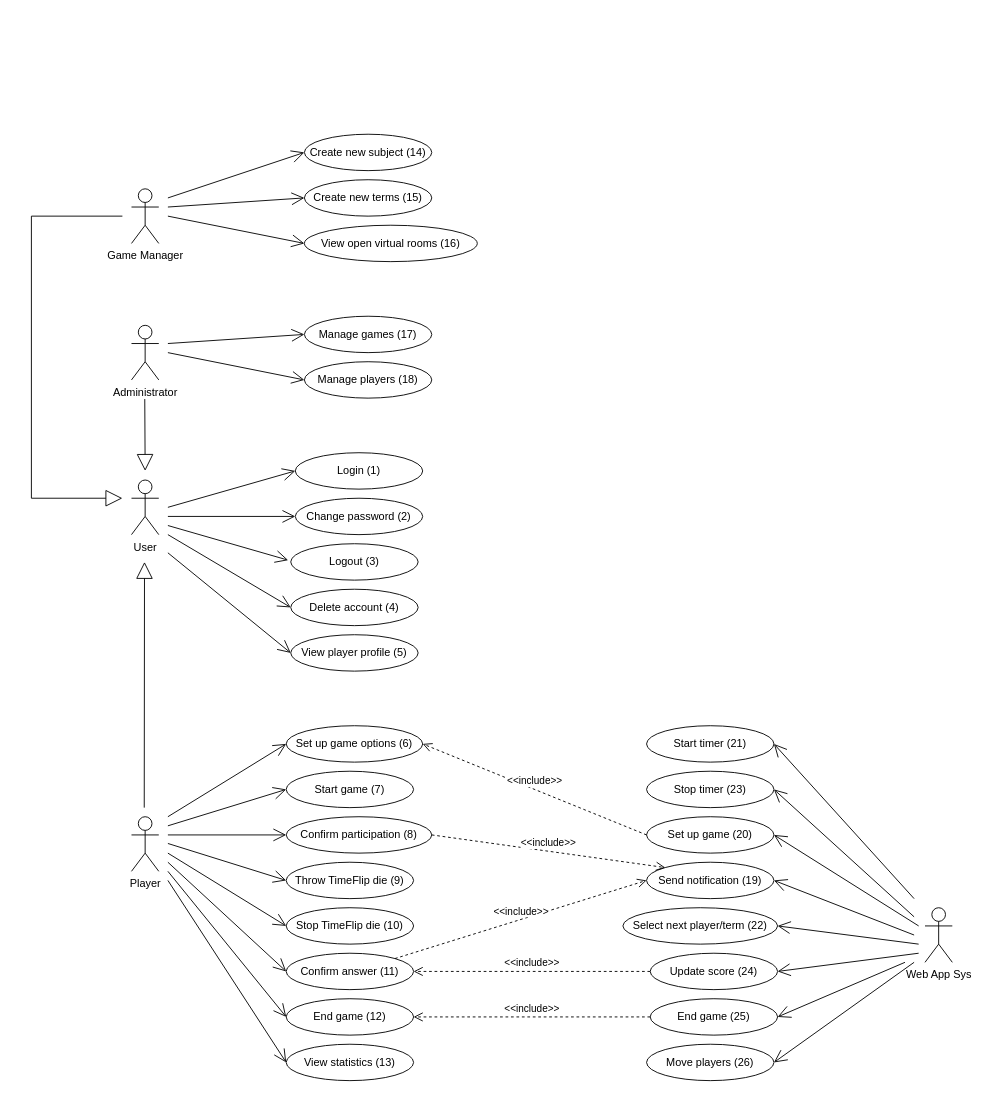
merasz/softwareEngineeringProject keeps this draw.io diagram as documents/softwarekonzept/Use Cases/Use_cases.drawio. Above is the earlier version. Source tidied: cells renumbered, new cells numbered last; positions are measured from the earlier drawing's top-left corner, leaving out a move shared by most shapes. Both pictures are drawn from the tidied source at 91%, with x=0, y=0 at pixel (31, 134).
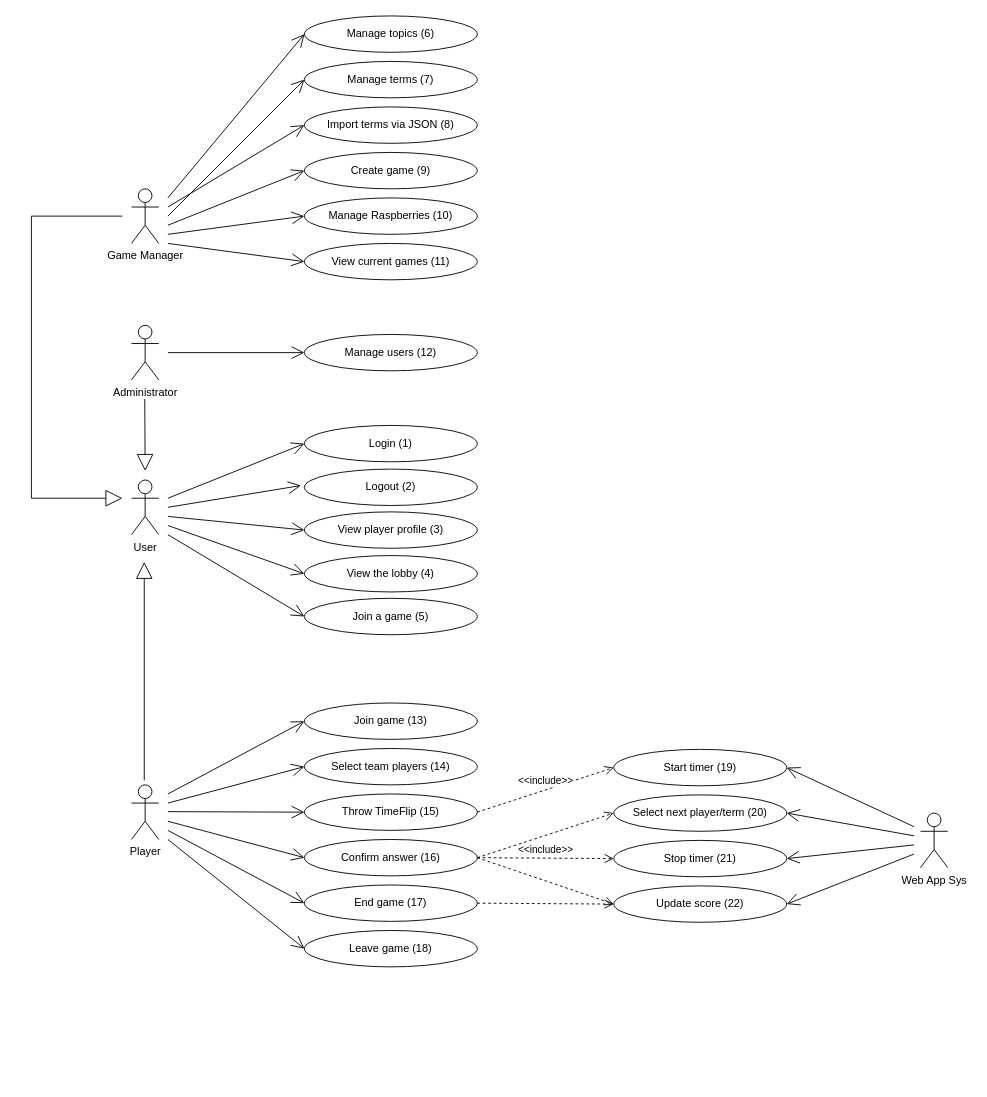
The same page after the edit.

Diff of the diagram source:
```diff
@@
     <mxCell id="4" value="Web App Sys" style="shape=umlActor;verticalLabelPosition=bottom;verticalAlign=top;html=1;" parent="1" vertex="1">
-      <mxGeometry x="982" y="850" width="30" height="60" as="geometry" />
+      <mxGeometry x="977" y="746" width="30" height="60" as="geometry" />
     </mxCell>
@@
-    <mxCell id="6" value="Manage games (17)" style="ellipse;whiteSpace=wrap;html=1;" parent="1" vertex="1">
-      <mxGeometry x="300" y="200" width="140" height="40" as="geometry" />
-    </mxCell>
-    <mxCell id="7" value="Manage players (18)" style="ellipse;whiteSpace=wrap;html=1;" parent="1" vertex="1">
-      <mxGeometry x="300" y="250" width="140" height="40" as="geometry" />
+    <mxCell id="7" value="Manage users (12)" style="ellipse;whiteSpace=wrap;html=1;" parent="1" vertex="1">
+      <mxGeometry x="300" y="220" width="190" height="40" as="geometry" />
     </mxCell>
-    <mxCell id="8" value="End game (12)" style="ellipse;whiteSpace=wrap;html=1;" parent="1" vertex="1">
-      <mxGeometry x="280" y="950" width="140" height="40" as="geometry" />
+    <mxCell id="8" value="End game (17)" style="ellipse;whiteSpace=wrap;html=1;" parent="1" vertex="1">
+      <mxGeometry x="300" y="825" width="190" height="40" as="geometry" />
     </mxCell>
-    <mxCell id="9" value="Create new terms (15)" style="ellipse;whiteSpace=wrap;html=1;" parent="1" vertex="1">
-      <mxGeometry x="300" y="50" width="140" height="40" as="geometry" />
+    <mxCell id="9" value="Manage terms (7)" style="ellipse;whiteSpace=wrap;html=1;" parent="1" vertex="1">
+      <mxGeometry x="300" y="-80" width="190" height="40" as="geometry" />
     </mxCell>
-    <mxCell id="10" value="View open virtual rooms (16)" style="ellipse;whiteSpace=wrap;html=1;" parent="1" vertex="1">
-      <mxGeometry x="300" y="100" width="190" height="40" as="geometry" />
+    <mxCell id="10" value="Create game (9)" style="ellipse;whiteSpace=wrap;html=1;" parent="1" vertex="1">
+      <mxGeometry x="300" y="20" width="190" height="40" as="geometry" />
     </mxCell>
-    <mxCell id="11" value="Start game (7)" style="ellipse;whiteSpace=wrap;html=1;" parent="1" vertex="1">
-      <mxGeometry x="280" y="700" width="140" height="40" as="geometry" />
-    </mxCell>
-    <mxCell id="12" value="Confirm participation (8)" style="ellipse;whiteSpace=wrap;html=1;" parent="1" vertex="1">
-      <mxGeometry x="280" y="750" width="160" height="40" as="geometry" />
+    <mxCell id="12" value="Select team players (14)" style="ellipse;whiteSpace=wrap;html=1;" parent="1" vertex="1">
+      <mxGeometry x="300" y="675" width="190" height="40" as="geometry" />
     </mxCell>
-    <mxCell id="13" value="Select next player/term (22)" style="ellipse;whiteSpace=wrap;html=1;" parent="1" vertex="1">
-      <mxGeometry x="650" y="850" width="170" height="40" as="geometry" />
+    <mxCell id="13" value="Select next player/term (20)" style="ellipse;whiteSpace=wrap;html=1;flipV=1;" parent="1" vertex="1">
+      <mxGeometry x="640" y="726" width="190" height="40" as="geometry" />
     </mxCell>
     <mxCell id="14" value="Login (1)" style="ellipse;whiteSpace=wrap;html=1;" parent="1" vertex="1">
-      <mxGeometry x="290" y="350" width="140" height="40" as="geometry" />
+      <mxGeometry x="300" y="320" width="190" height="40" as="geometry" />
     </mxCell>
-    <mxCell id="15" value="Logout (3)" style="ellipse;whiteSpace=wrap;html=1;" parent="1" vertex="1">
-      <mxGeometry x="285" y="450" width="140" height="40" as="geometry" />
+    <mxCell id="15" value="Logout (2)" style="ellipse;whiteSpace=wrap;html=1;" parent="1" vertex="1">
+      <mxGeometry x="300" y="368" width="190" height="40" as="geometry" />
     </mxCell>
-    <mxCell id="16" value="Stop TimeFlip die (10)" style="ellipse;whiteSpace=wrap;html=1;" parent="1" vertex="1">
-      <mxGeometry x="280" y="850" width="140" height="40" as="geometry" />
-    </mxCell>
-    <mxCell id="17" value="Update score (24)" style="ellipse;whiteSpace=wrap;html=1;" parent="1" vertex="1">
-      <mxGeometry x="680" y="900" width="140" height="40" as="geometry" />
+    <mxCell id="17" value="Update score (22)" style="ellipse;whiteSpace=wrap;html=1;flipV=1;" parent="1" vertex="1">
+      <mxGeometry x="640" y="826" width="190" height="40" as="geometry" />
     </mxCell>
-    <mxCell id="18" value="Change password (2)" style="ellipse;whiteSpace=wrap;html=1;" parent="1" vertex="1">
-      <mxGeometry x="290" y="400" width="140" height="40" as="geometry" />
-    </mxCell>
-    <mxCell id="19" value="View player profile (5)" style="ellipse;whiteSpace=wrap;html=1;" parent="1" vertex="1">
-      <mxGeometry x="285" y="550" width="140" height="40" as="geometry" />
+    <mxCell id="19" value="View player profile (3)" style="ellipse;whiteSpace=wrap;html=1;" parent="1" vertex="1">
+      <mxGeometry x="300" y="415" width="190" height="40" as="geometry" />
     </mxCell>
-    <mxCell id="20" value="Set up game options (6)" style="ellipse;whiteSpace=wrap;html=1;" parent="1" vertex="1">
-      <mxGeometry x="280" y="650" width="150" height="40" as="geometry" />
-    </mxCell>
-    <mxCell id="21" value="Throw TimeFlip die (9)" style="ellipse;whiteSpace=wrap;html=1;" parent="1" vertex="1">
-      <mxGeometry x="280" y="800" width="140" height="40" as="geometry" />
+    <mxCell id="21" value="Throw TimeFlip (15)" style="ellipse;whiteSpace=wrap;html=1;" parent="1" vertex="1">
+      <mxGeometry x="300" y="725" width="190" height="40" as="geometry" />
     </mxCell>
-    <mxCell id="22" value="Delete account (4)" style="ellipse;whiteSpace=wrap;html=1;" parent="1" vertex="1">
-      <mxGeometry x="285" y="500" width="140" height="40" as="geometry" />
-    </mxCell>
-    <mxCell id="23" value="Set up game (20)" style="ellipse;whiteSpace=wrap;html=1;" parent="1" vertex="1">
-      <mxGeometry x="676" y="750" width="140" height="40" as="geometry" />
-    </mxCell>
     <mxCell id="24" style="endArrow=block;endSize=16;endFill=0;html=1;" parent="1" edge="1">
       <mxGeometry relative="1" as="geometry">
-        <mxPoint x="124" y="740" as="sourcePoint" />
-        <mxPoint x="124.3" y="470" as="targetPoint" />
+        <mxPoint x="124" y="710" as="sourcePoint" />
+        <mxPoint x="124" y="470" as="targetPoint" />
       </mxGeometry>
     </mxCell>
@@
-    <mxCell id="26" style="endArrow=open;endFill=1;endSize=12;html=1;entryX=0;entryY=0.5;entryDx=0;entryDy=0;" parent="1" edge="1" target="6">
+    <mxCell id="26" style="endArrow=open;endFill=1;endSize=12;html=1;entryX=0;entryY=0.5;entryDx=0;entryDy=0;" parent="1" edge="1" target="70">
       <mxGeometry relative="1" as="geometry">
-        <mxPoint x="150" y="230" as="sourcePoint" />
+        <mxPoint x="150" y="110" as="sourcePoint" />
       </mxGeometry>
     </mxCell>
-    <mxCell id="27" value="&amp;lt;&amp;lt;include&amp;gt;&amp;gt;" style="html=1;verticalAlign=bottom;endArrow=open;dashed=1;endSize=8;entryX=1;entryY=0.5;entryDx=0;entryDy=0;exitX=0;exitY=0.5;exitDx=0;exitDy=0;" parent="1" edge="1" source="17" target="39">
+    <mxCell id="27" value="&amp;lt;&amp;lt;include&amp;gt;&amp;gt;" style="html=1;verticalAlign=bottom;endArrow=open;dashed=1;endSize=8;exitX=1;exitY=0.5;exitDx=0;exitDy=0;entryX=0;entryY=0.5;entryDx=0;entryDy=0;" parent="1" edge="1" source="39" target="63">
       <mxGeometry relative="1" as="geometry" />
     </mxCell>
@@
     <mxCell id="29" style="endArrow=open;endFill=1;endSize=12;html=1;entryX=0;entryY=0.5;entryDx=0;entryDy=0;" parent="1" edge="1" target="14">
       <mxGeometry relative="1" as="geometry">
-        <mxPoint x="150" y="410" as="sourcePoint" />
+        <mxPoint x="150" y="400" as="sourcePoint" />
       </mxGeometry>
     </mxCell>
-    <mxCell id="30" style="endArrow=open;endFill=1;endSize=12;html=1;entryX=0;entryY=0.5;entryDx=0;entryDy=0;" parent="1" edge="1" target="18">
-      <mxGeometry relative="1" as="geometry">
-        <mxPoint x="150" y="420" as="sourcePoint" />
-      </mxGeometry>
-    </mxCell>
     <mxCell id="31" style="endArrow=open;endFill=1;endSize=12;html=1;entryX=-0.02;entryY=0.452;entryDx=0;entryDy=0;entryPerimeter=0;" parent="1" edge="1" target="15">
       <mxGeometry relative="1" as="geometry">
-        <mxPoint x="150" y="430" as="sourcePoint" />
+        <mxPoint x="150" y="410" as="sourcePoint" />
       </mxGeometry>
     </mxCell>
-    <mxCell id="32" style="endArrow=open;endFill=1;endSize=12;html=1;entryX=0;entryY=0.5;entryDx=0;entryDy=0;" parent="1" edge="1" target="22">
+    <mxCell id="32" style="endArrow=open;endFill=1;endSize=12;html=1;entryX=0;entryY=0.5;entryDx=0;entryDy=0;" parent="1" edge="1" target="19">
       <mxGeometry relative="1" as="geometry">
-        <mxPoint x="150" y="440" as="sourcePoint" />
+        <mxPoint x="150" y="420" as="sourcePoint" />
       </mxGeometry>
     </mxCell>
     <mxCell id="33" value="Player" style="shape=umlActor;verticalLabelPosition=bottom;verticalAlign=top;html=1;" parent="1" vertex="1">
-      <mxGeometry x="110" y="750" width="30" height="60" as="geometry" />
+      <mxGeometry x="110" y="715" width="30" height="60" as="geometry" />
     </mxCell>
     <mxCell id="34" style="endArrow=open;endFill=1;endSize=12;html=1;entryX=0;entryY=0.5;entryDx=0;entryDy=0;" parent="1" edge="1" target="9">
       <mxGeometry relative="1" as="geometry">
-        <mxPoint x="150" y="80" as="sourcePoint" />
+        <mxPoint x="150" y="90" as="sourcePoint" />
       </mxGeometry>
     </mxCell>
     <mxCell id="35" style="endArrow=open;endFill=1;endSize=12;html=1;entryX=0;entryY=0.5;entryDx=0;entryDy=0;" parent="1" edge="1" target="10">
       <mxGeometry relative="1" as="geometry">
-        <mxPoint x="150" y="90" as="sourcePoint" />
+        <mxPoint x="150" y="100" as="sourcePoint" />
       </mxGeometry>
     </mxCell>
@@
-    <mxCell id="39" value="Confirm answer (11)" style="ellipse;whiteSpace=wrap;html=1;" parent="1" vertex="1">
-      <mxGeometry x="280" y="900" width="140" height="40" as="geometry" />
+    <mxCell id="39" value="Confirm answer (16)" style="ellipse;whiteSpace=wrap;html=1;" parent="1" vertex="1">
+      <mxGeometry x="300" y="775" width="190" height="40" as="geometry" />
     </mxCell>
     <mxCell id="40" style="endArrow=open;endFill=1;endSize=12;html=1;entryX=0;entryY=0.5;entryDx=0;entryDy=0;" parent="1" edge="1" target="12">
       <mxGeometry relative="1" as="geometry">
-        <mxPoint x="150" y="770" as="sourcePoint" />
+        <mxPoint x="150" y="735" as="sourcePoint" />
       </mxGeometry>
     </mxCell>
     <mxCell id="41" style="endArrow=open;endFill=1;endSize=12;html=1;entryX=0;entryY=0.5;entryDx=0;entryDy=0;" parent="1" edge="1" target="21">
       <mxGeometry relative="1" as="geometry">
-        <mxPoint x="150" y="779.4" as="sourcePoint" />
+        <mxPoint x="150" y="744.4" as="sourcePoint" />
       </mxGeometry>
     </mxCell>
-    <mxCell id="42" style="endArrow=open;endFill=1;endSize=12;html=1;entryX=0;entryY=0.5;entryDx=0;entryDy=0;" parent="1" edge="1" target="16">
-      <mxGeometry relative="1" as="geometry">
-        <mxPoint x="150" y="790" as="sourcePoint" />
-      </mxGeometry>
-    </mxCell>
     <mxCell id="43" style="endArrow=open;endFill=1;endSize=12;html=1;entryX=0;entryY=0.5;entryDx=0;entryDy=0;" parent="1" edge="1" target="39">
       <mxGeometry relative="1" as="geometry">
-        <mxPoint x="150" y="800" as="sourcePoint" />
+        <mxPoint x="150" y="755" as="sourcePoint" />
       </mxGeometry>
     </mxCell>
     <mxCell id="44" style="endArrow=open;endFill=1;endSize=12;html=1;entryX=0;entryY=0.5;entryDx=0;entryDy=0;" parent="1" edge="1" target="8">
       <mxGeometry relative="1" as="geometry">
-        <mxPoint x="150" y="810" as="sourcePoint" />
+        <mxPoint x="150" y="765" as="sourcePoint" />
       </mxGeometry>
     </mxCell>
-    <mxCell id="45" style="endArrow=open;endFill=1;endSize=12;html=1;entryX=0;entryY=0.5;entryDx=0;entryDy=0;" parent="1" edge="1" target="11">
+    <mxCell id="45" style="endArrow=open;endFill=1;endSize=12;html=1;entryX=0;entryY=0.5;entryDx=0;entryDy=0;" parent="1" edge="1" target="77">
       <mxGeometry relative="1" as="geometry">
-        <mxPoint x="150" y="760" as="sourcePoint" />
+        <mxPoint x="150" y="725" as="sourcePoint" />
       </mxGeometry>
     </mxCell>
-    <mxCell id="46" style="endArrow=open;endFill=1;endSize=12;html=1;entryX=0;entryY=0.5;entryDx=0;entryDy=0;" parent="1" edge="1" target="20">
-      <mxGeometry relative="1" as="geometry">
-        <mxPoint x="150" y="750" as="sourcePoint" />
-      </mxGeometry>
-    </mxCell>
-    <mxCell id="47" style="endArrow=open;endFill=1;endSize=12;html=1;entryX=0;entryY=0.5;entryDx=0;entryDy=0;" parent="1" edge="1" target="19">
+    <mxCell id="47" style="endArrow=open;endFill=1;endSize=12;html=1;entryX=0;entryY=0.5;entryDx=0;entryDy=0;" parent="1" edge="1" target="74">
       <mxGeometry relative="1" as="geometry">
-        <mxPoint x="150" y="460" as="sourcePoint" />
+        <mxPoint x="150" y="440" as="sourcePoint" />
       </mxGeometry>
     </mxCell>
-    <mxCell id="48" style="endArrow=open;endFill=1;endSize=12;html=1;entryX=1;entryY=0.5;entryDx=0;entryDy=0;" parent="1" edge="1" target="23">
-      <mxGeometry relative="1" as="geometry">
-        <mxPoint x="975" y="870" as="sourcePoint" />
-      </mxGeometry>
-    </mxCell>
     <mxCell id="49" style="endArrow=open;endFill=1;endSize=12;html=1;entryX=1;entryY=0.5;entryDx=0;entryDy=0;" parent="1" edge="1" target="13">
       <mxGeometry relative="1" as="geometry">
-        <mxPoint x="975" y="890" as="sourcePoint" />
+        <mxPoint x="970" y="771" as="sourcePoint" />
       </mxGeometry>
     </mxCell>
     <mxCell id="50" style="endArrow=open;endFill=1;endSize=12;html=1;entryX=1;entryY=0.5;entryDx=0;entryDy=0;" parent="1" edge="1" target="17">
       <mxGeometry relative="1" as="geometry">
-        <mxPoint x="975" y="900" as="sourcePoint" />
+        <mxPoint x="970" y="791" as="sourcePoint" />
       </mxGeometry>
     </mxCell>
-    <mxCell id="51" value="Send notification (19)" style="ellipse;whiteSpace=wrap;html=1;" parent="1" vertex="1">
-      <mxGeometry x="676" y="800" width="140" height="40" as="geometry" />
-    </mxCell>
-    <mxCell id="52" style="endArrow=open;endFill=1;endSize=12;html=1;entryX=1;entryY=0.5;entryDx=0;entryDy=0;" parent="1" edge="1" target="51">
-      <mxGeometry relative="1" as="geometry">
-        <mxPoint x="970" y="880" as="sourcePoint" />
-      </mxGeometry>
-    </mxCell>
-    <mxCell id="53" value="&amp;lt;&amp;lt;include&amp;gt;&amp;gt;" style="html=1;verticalAlign=bottom;endArrow=open;dashed=1;endSize=8;exitX=1;exitY=0;exitDx=0;exitDy=0;entryX=0;entryY=0.5;entryDx=0;entryDy=0;" parent="1" edge="1" source="39" target="51">
+    <mxCell id="53" value="&amp;lt;&amp;lt;include&amp;gt;&amp;gt;" style="html=1;verticalAlign=bottom;endArrow=open;dashed=1;endSize=8;exitX=1;exitY=0.5;exitDx=0;exitDy=0;entryX=0;entryY=0.5;entryDx=0;entryDy=0;" parent="1" edge="1" source="21" target="62">
       <mxGeometry relative="1" as="geometry" />
     </mxCell>
-    <mxCell id="54" value="&amp;lt;&amp;lt;include&amp;gt;&amp;gt;" style="html=1;verticalAlign=bottom;endArrow=open;dashed=1;endSize=8;exitX=1;exitY=0.5;exitDx=0;exitDy=0;entryX=0;entryY=0;entryDx=0;entryDy=0;" parent="1" edge="1" source="12" target="51">
-      <mxGeometry relative="1" as="geometry" />
+    <mxCell id="54" style="html=1;verticalAlign=bottom;endArrow=open;dashed=1;endSize=8;entryX=0;entryY=0.5;entryDx=0;entryDy=0;" parent="1" edge="1" target="17">
+      <mxGeometry relative="1" as="geometry">
+        <mxPoint x="490" y="845" as="sourcePoint" />
+      </mxGeometry>
     </mxCell>
-    <mxCell id="55" value="&amp;lt;&amp;lt;include&amp;gt;&amp;gt;" style="html=1;verticalAlign=bottom;endArrow=open;dashed=1;endSize=8;entryX=1;entryY=0.5;entryDx=0;entryDy=0;exitX=0;exitY=0.5;exitDx=0;exitDy=0;" parent="1" edge="1" source="23" target="20">
-      <mxGeometry relative="1" as="geometry" />
-    </mxCell>
-    <mxCell id="56" value="Move players (26)" style="ellipse;whiteSpace=wrap;html=1;" parent="1" vertex="1">
-      <mxGeometry x="676" y="1000" width="140" height="40" as="geometry" />
-    </mxCell>
-    <mxCell id="57" style="endArrow=open;endFill=1;endSize=12;html=1;entryX=1;entryY=0.5;entryDx=0;entryDy=0;" parent="1" edge="1" target="56">
-      <mxGeometry relative="1" as="geometry">
-        <mxPoint x="970" y="910" as="sourcePoint" />
-      </mxGeometry>
-    </mxCell>
-    <mxCell id="58" value="View statistics (13)" style="ellipse;whiteSpace=wrap;html=1;" parent="1" vertex="1">
-      <mxGeometry x="280" y="1000" width="140" height="40" as="geometry" />
+    <mxCell id="58" value="Leave game (18)" style="ellipse;whiteSpace=wrap;html=1;" parent="1" vertex="1">
+      <mxGeometry x="300" y="875" width="190" height="40" as="geometry" />
     </mxCell>
     <mxCell id="59" style="endArrow=open;endFill=1;endSize=12;html=1;entryX=0;entryY=0.5;entryDx=0;entryDy=0;" parent="1" edge="1" target="58">
       <mxGeometry relative="1" as="geometry">
-        <mxPoint x="150" y="820" as="sourcePoint" />
+        <mxPoint x="150" y="775" as="sourcePoint" />
       </mxGeometry>
     </mxCell>
-    <mxCell id="60" value="Create new subject (14)" style="ellipse;whiteSpace=wrap;html=1;" parent="1" vertex="1">
-      <mxGeometry x="300" width="140" height="40" as="geometry" />
+    <mxCell id="60" value="Manage topics (6)" style="ellipse;whiteSpace=wrap;html=1;" parent="1" vertex="1">
+      <mxGeometry x="300" y="-130" width="190" height="40" as="geometry" />
     </mxCell>
@@
-    <mxCell id="62" value="Start timer (21)" style="ellipse;whiteSpace=wrap;html=1;" parent="1" vertex="1">
-      <mxGeometry x="676" y="650" width="140" height="40" as="geometry" />
+    <mxCell id="62" value="Start timer (19)" style="ellipse;whiteSpace=wrap;html=1;flipV=1;" parent="1" vertex="1">
+      <mxGeometry x="640" y="676" width="190" height="40" as="geometry" />
     </mxCell>
-    <mxCell id="63" value="Stop timer (23)" style="ellipse;whiteSpace=wrap;html=1;" parent="1" vertex="1">
-      <mxGeometry x="676" y="700" width="140" height="40" as="geometry" />
+    <mxCell id="63" value="Stop timer (21)" style="ellipse;whiteSpace=wrap;html=1;flipV=1;" parent="1" vertex="1">
+      <mxGeometry x="640" y="776" width="190" height="40" as="geometry" />
     </mxCell>
-    <mxCell id="64" value="End game (25)" style="ellipse;whiteSpace=wrap;html=1;" parent="1" vertex="1">
-      <mxGeometry x="680" y="950" width="140" height="40" as="geometry" />
-    </mxCell>
-    <mxCell id="65" style="endArrow=open;endFill=1;endSize=12;html=1;entryX=1;entryY=0.5;entryDx=0;entryDy=0;" parent="1" edge="1" target="64">
-      <mxGeometry relative="1" as="geometry">
-        <mxPoint x="960" y="910" as="sourcePoint" />
-      </mxGeometry>
-    </mxCell>
     <mxCell id="66" style="endArrow=open;endFill=1;endSize=12;html=1;entryX=1;entryY=0.5;entryDx=0;entryDy=0;" parent="1" edge="1" target="63">
       <mxGeometry relative="1" as="geometry">
-        <mxPoint x="970" y="860" as="sourcePoint" />
+        <mxPoint x="970" y="781" as="sourcePoint" />
       </mxGeometry>
     </mxCell>
     <mxCell id="67" style="endArrow=open;endFill=1;endSize=12;html=1;entryX=1;entryY=0.5;entryDx=0;entryDy=0;" parent="1" edge="1" target="62">
       <mxGeometry relative="1" as="geometry">
-        <mxPoint x="970" y="840" as="sourcePoint" />
+        <mxPoint x="970" y="761" as="sourcePoint" />
       </mxGeometry>
     </mxCell>
-    <mxCell id="68" value="&amp;lt;&amp;lt;include&amp;gt;&amp;gt;" style="html=1;verticalAlign=bottom;endArrow=open;dashed=1;endSize=8;entryX=1;entryY=0.5;entryDx=0;entryDy=0;exitX=0;exitY=0.5;exitDx=0;exitDy=0;" parent="1" edge="1" source="64" target="8">
-      <mxGeometry relative="1" as="geometry" />
-    </mxCell>
+    <mxCell id="69" value="Import terms via JSON (8)" style="ellipse;whiteSpace=wrap;html=1;" parent="1" vertex="1">
+      <mxGeometry x="300" y="-30" width="190" height="40" as="geometry" />
+    </mxCell>
+    <mxCell id="70" value="Manage Raspberries (10)" style="ellipse;whiteSpace=wrap;html=1;" parent="1" vertex="1">
+      <mxGeometry x="300" y="70" width="190" height="40" as="geometry" />
+    </mxCell>
+    <mxCell id="71" style="endArrow=open;endFill=1;endSize=12;html=1;entryX=0;entryY=0.5;entryDx=0;entryDy=0;" parent="1" edge="1" target="69">
+      <mxGeometry relative="1" as="geometry">
+        <mxPoint x="150" y="80" as="sourcePoint" />
+      </mxGeometry>
+    </mxCell>
+    <mxCell id="72" value="View current games (11)" style="ellipse;whiteSpace=wrap;html=1;" parent="1" vertex="1">
+      <mxGeometry x="300" y="120" width="190" height="40" as="geometry" />
+    </mxCell>
+    <mxCell id="73" style="endArrow=open;endFill=1;endSize=12;html=1;entryX=0;entryY=0.5;entryDx=0;entryDy=0;" parent="1" edge="1" target="72">
+      <mxGeometry relative="1" as="geometry">
+        <mxPoint x="150" y="120" as="sourcePoint" />
+      </mxGeometry>
+    </mxCell>
+    <mxCell id="74" value="Join a game (5)" style="ellipse;whiteSpace=wrap;html=1;" parent="1" vertex="1">
+      <mxGeometry x="300" y="510" width="190" height="40" as="geometry" />
+    </mxCell>
+    <mxCell id="75" value="View the lobby (4)" style="ellipse;whiteSpace=wrap;html=1;" parent="1" vertex="1">
+      <mxGeometry x="300" y="463" width="190" height="40" as="geometry" />
+    </mxCell>
+    <mxCell id="76" style="endArrow=open;endFill=1;endSize=12;html=1;entryX=0;entryY=0.5;entryDx=0;entryDy=0;" parent="1" edge="1" target="75">
+      <mxGeometry relative="1" as="geometry">
+        <mxPoint x="150" y="430" as="sourcePoint" />
+      </mxGeometry>
+    </mxCell>
+    <mxCell id="77" value="Join game (13)" style="ellipse;whiteSpace=wrap;html=1;" parent="1" vertex="1">
+      <mxGeometry x="300" y="625" width="190" height="40" as="geometry" />
+    </mxCell>
+    <mxCell id="78" style="html=1;verticalAlign=bottom;endArrow=open;dashed=1;endSize=8;entryX=0;entryY=0.5;entryDx=0;entryDy=0;exitX=1;exitY=0.5;exitDx=0;exitDy=0;" parent="1" edge="1" source="39" target="17">
+      <mxGeometry relative="1" as="geometry" />
+    </mxCell>
+    <mxCell id="79" style="html=1;verticalAlign=bottom;endArrow=open;dashed=1;endSize=8;exitX=1;exitY=0.5;exitDx=0;exitDy=0;entryX=0;entryY=0.5;entryDx=0;entryDy=0;" parent="1" edge="1" source="39" target="13">
+      <mxGeometry relative="1" as="geometry" />
+    </mxCell>
```
